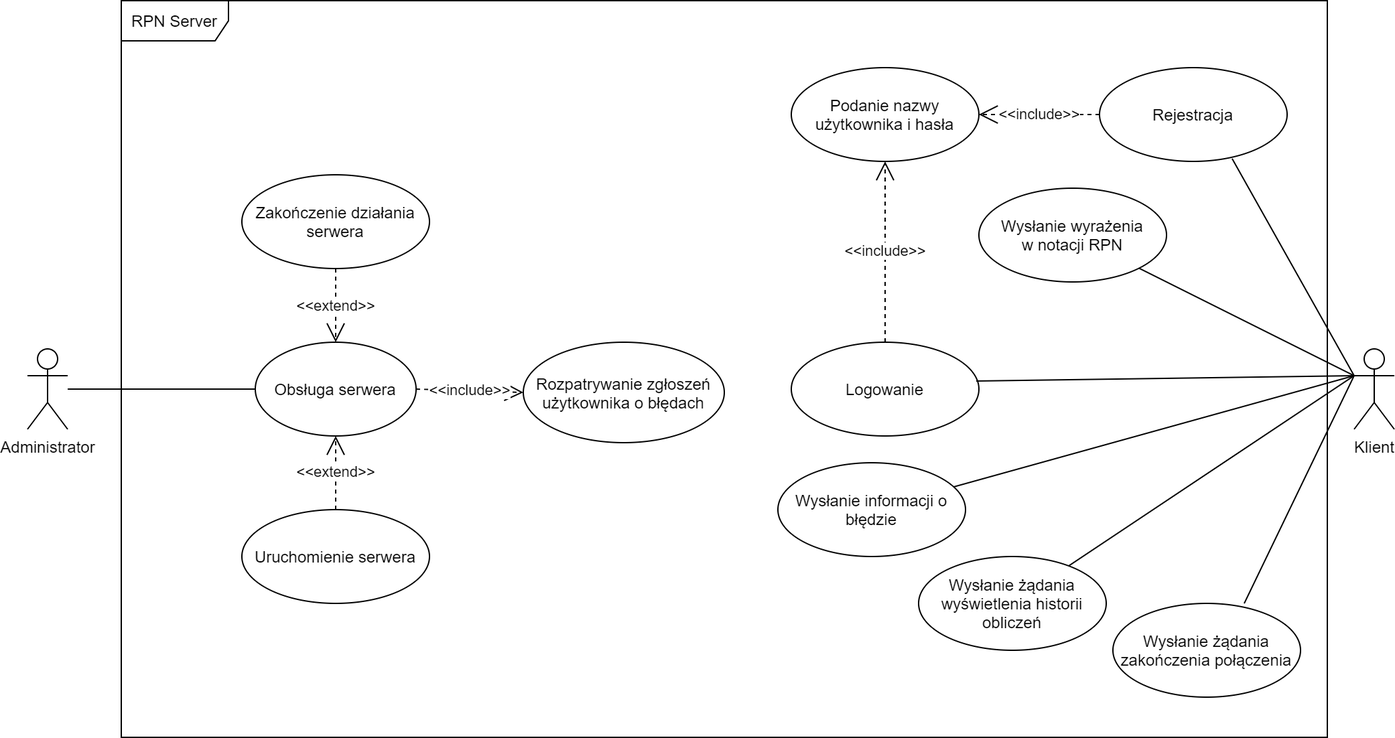
This is media/DiagramPrzypadkow.png from Groszczu/rpn-tcp-server, a draw.io export, as it was before one commit. Source tidied: cells renumbered, new cells last; positions are measured from the earlier drawing's top-left corner, leaving out a move shared by most shapes.
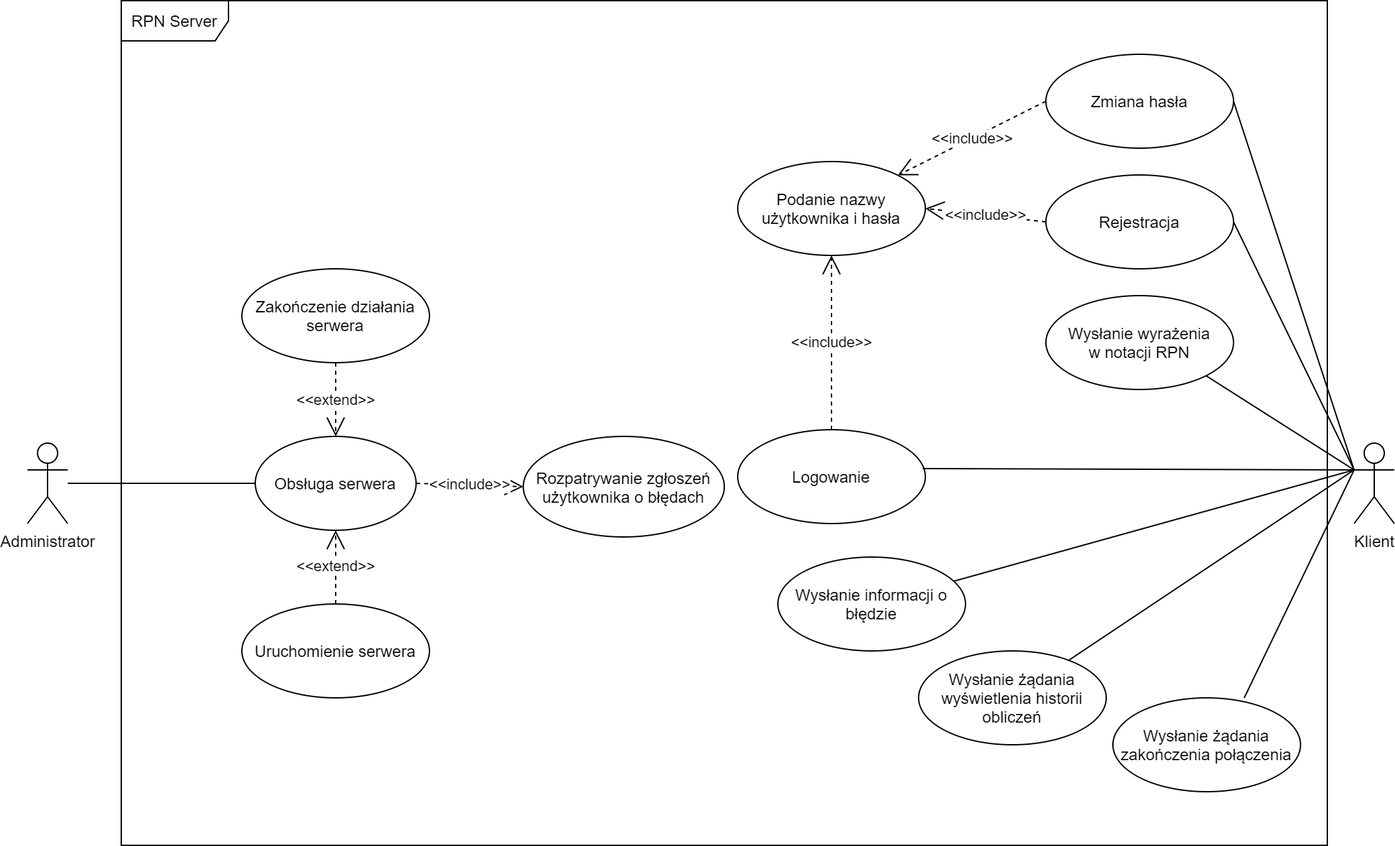
After the commit.

Diff of the diagram source:
```diff
@@ -18,10 +18,10 @@
       <mxGeometry x="160" y="380" width="140" height="70" as="geometry" />
     </mxCell>
     <mxCell id="7" value="&lt;div&gt;Wysłanie wyrażenia&lt;/div&gt;&lt;div&gt; w notacji RPN&lt;/div&gt;" style="ellipse;whiteSpace=wrap;html=1;" parent="1" vertex="1">
-      <mxGeometry x="710" y="140" width="140" height="70" as="geometry" />
+      <mxGeometry x="760" y="150" width="140" height="70" as="geometry" />
     </mxCell>
     <mxCell id="8" value="Podanie nazwy użytkownika i hasła" style="ellipse;whiteSpace=wrap;html=1;" parent="1" vertex="1">
-      <mxGeometry x="570" y="50" width="140" height="70" as="geometry" />
+      <mxGeometry x="530" y="50" width="140" height="70" as="geometry" />
     </mxCell>
     <mxCell id="9" value="Wysłanie żądania wyświetlenia historii obliczeń" style="ellipse;whiteSpace=wrap;html=1;" parent="1" vertex="1">
       <mxGeometry x="665" y="415" width="140" height="70" as="geometry" />
@@ -53,18 +53,18 @@
     <mxCell id="18" value="&amp;lt;&amp;lt;extend&amp;gt;&amp;gt;" style="endArrow=open;endSize=12;dashed=1;html=1;exitX=0.5;exitY=1;exitDx=0;exitDy=0;" parent="1" edge="1" source="5" target="4">
       <mxGeometry relative="1" as="geometry" />
     </mxCell>
-    <mxCell id="19" value="Rejestracja" style="ellipse;whiteSpace=wrap;html=1;" parent="1" vertex="1">
-      <mxGeometry x="800" y="50" width="140" height="70" as="geometry" />
+    <mxCell id="19" value="Zmiana hasła" style="ellipse;whiteSpace=wrap;html=1;" parent="1" vertex="1">
+      <mxGeometry x="760" y="-30" width="140" height="70" as="geometry" />
     </mxCell>
-    <mxCell id="20" style="endArrow=none;html=1;exitX=0.707;exitY=0.971;exitDx=0;exitDy=0;exitPerimeter=0;" parent="1" edge="1" source="19">
+    <mxCell id="20" style="endArrow=none;html=1;exitX=1;exitY=0.5;exitDx=0;exitDy=0;" parent="1" edge="1" source="19">
       <mxGeometry relative="1" as="geometry">
         <mxPoint x="990" y="280" as="targetPoint" />
       </mxGeometry>
     </mxCell>
     <mxCell id="21" value="Logowanie" style="ellipse;whiteSpace=wrap;html=1;" parent="1" vertex="1">
-      <mxGeometry x="570" y="255" width="140" height="70" as="geometry" />
+      <mxGeometry x="530" y="250" width="140" height="70" as="geometry" />
     </mxCell>
-    <mxCell id="22" value="&amp;lt;&amp;lt;include&amp;gt;&amp;gt;" style="endArrow=open;endSize=12;dashed=1;html=1;entryX=0.5;entryY=1;entryDx=0;entryDy=0;" parent="1" edge="1" source="21" target="8">
+    <mxCell id="22" value="&amp;lt;&amp;lt;include&amp;gt;&amp;gt;" style="endArrow=open;endSize=12;dashed=1;html=1;entryX=0.5;entryY=1;entryDx=0;entryDy=0;exitX=0.5;exitY=0;exitDx=0;exitDy=0;" parent="1" edge="1" source="21" target="8">
       <mxGeometry relative="1" as="geometry" />
     </mxCell>
     <mxCell id="23" style="endArrow=none;html=1;" parent="1" edge="1" source="14">
@@ -80,13 +80,24 @@
         <mxPoint x="990" y="280" as="targetPoint" />
       </mxGeometry>
     </mxCell>
+    <mxCell id="27" style="endArrow=none;html=1;exitX=0.986;exitY=0.414;exitDx=0;exitDy=0;exitPerimeter=0;" parent="1" edge="1" source="21">
+      <mxGeometry relative="1" as="geometry">
+        <mxPoint x="990" y="280" as="targetPoint" />
+      </mxGeometry>
+    </mxCell>
+    <mxCell id="28" value="Rejestracja" style="ellipse;whiteSpace=wrap;html=1;" parent="1" vertex="1">
+      <mxGeometry x="760" y="60" width="140" height="70" as="geometry" />
+    </mxCell>
+    <mxCell id="29" style="endArrow=none;html=1;exitX=1;exitY=0.5;exitDx=0;exitDy=0;" parent="1" edge="1" source="28">
+      <mxGeometry relative="1" as="geometry">
+        <mxPoint x="990" y="280" as="targetPoint" />
+      </mxGeometry>
+    </mxCell>
+    <mxCell id="30" value="&amp;lt;&amp;lt;include&amp;gt;&amp;gt;" style="endArrow=open;endSize=12;dashed=1;html=1;exitX=0;exitY=0.5;exitDx=0;exitDy=0;entryX=1;entryY=0.5;entryDx=0;entryDy=0;" parent="1" edge="1" source="28" target="8">
+      <mxGeometry relative="1" as="geometry" />
+    </mxCell>
     <mxCell id="26" value="RPN Server" style="shape=umlFrame;whiteSpace=wrap;html=1;width=80;height=30;" parent="1" vertex="1">
-      <mxGeometry x="70" width="900" height="550" as="geometry" />
+      <mxGeometry x="70" y="-70" width="900" height="630" as="geometry" />
     </mxCell>
-    <mxCell id="27" style="endArrow=none;html=1;exitX=0.986;exitY=0.414;exitDx=0;exitDy=0;exitPerimeter=0;" parent="1" edge="1" source="21">
-      <mxGeometry relative="1" as="geometry">
-        <mxPoint x="990" y="280" as="targetPoint" />
-      </mxGeometry>
-    </mxCell>
   </root>
 </mxGraphModel>
```
